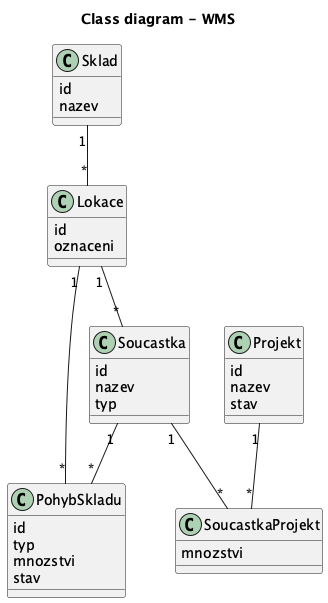
Above: docs/images/02_class_diagram.png in lkvapil/wms-elektronicke-soucastky (PlantUML), before the change. Its diagram source:
```plantuml
@startuml
title Class diagram - WMS

class Sklad {
  id
  nazev
}

class Lokace {
  id
  oznaceni
}

class Soucastka {
  id
  nazev
  typ
}

class Projekt {
  id
  nazev
  stav
}

class PohybSkladu {
  id
  typ
  mnozstvi
  stav
}

class SoucastkaProjekt {
  mnozstvi
}

Sklad "1" -- "*" Lokace
Lokace "1" -- "*" Soucastka

Soucastka "1" -- "*" PohybSkladu
Lokace "1" -- "*" PohybSkladu

Projekt "1" -- "*" SoucastkaProjekt
Soucastka "1" -- "*" SoucastkaProjekt

@enduml
```
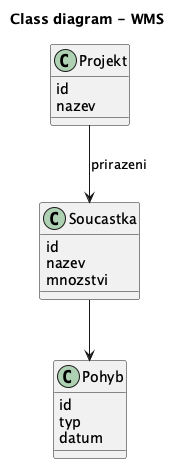
Above is the later version.

Commit message:
refactor: sjednoceni modelu – Soucastka, Projekt, Pohyb

The edit, as a diff of the source:
```diff
@@ -1,46 +1,24 @@
 @startuml
 title Class diagram - WMS
-
-class Sklad {
-  id
-  nazev
-}
-
-class Lokace {
-  id
-  oznaceni
-}
 
 class Soucastka {
   id
   nazev
-  typ
+  mnozstvi
 }
 
 class Projekt {
   id
   nazev
-  stav
 }
 
-class PohybSkladu {
+class Pohyb {
   id
   typ
-  mnozstvi
-  stav
+  datum
 }
 
-class SoucastkaProjekt {
-  mnozstvi
-}
-
-Sklad "1" -- "*" Lokace
-Lokace "1" -- "*" Soucastka
-
-Soucastka "1" -- "*" PohybSkladu
-Lokace "1" -- "*" PohybSkladu
-
-Projekt "1" -- "*" SoucastkaProjekt
-Soucastka "1" -- "*" SoucastkaProjekt
+Soucastka --> Pohyb
+Projekt --> Soucastka : prirazeni
 
 @enduml
```
